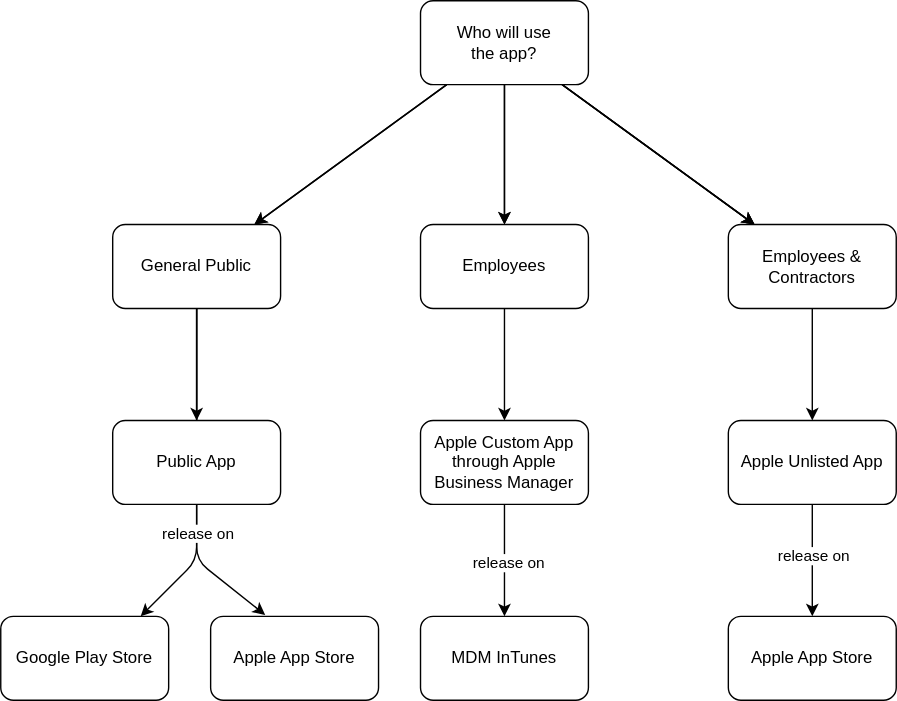
This is docs/assets/distribution.drawio.svg from bcgov/mobile-developer-guide, a draw.io export, as it was before one commit. Source tidied: cells renumbered, new cells last; positions are measured from the earlier drawing's top-left corner, leaving out a move shared by most shapes.
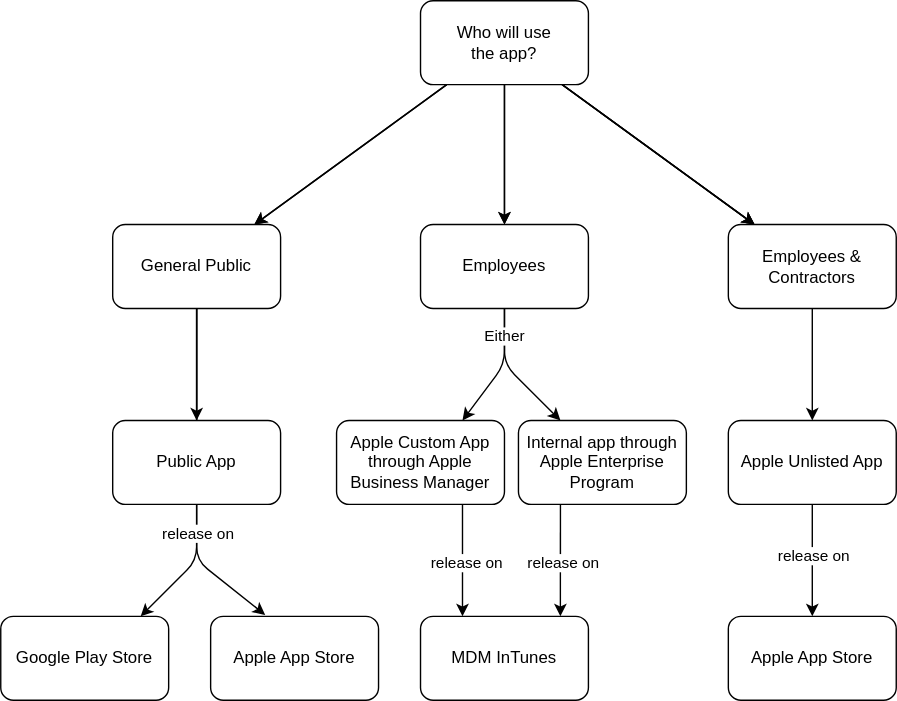
Above is the later version.

Commit message:
updated diagram to reflect current status

What changed in the source:
```diff
@@ -58,8 +58,12 @@
     <mxCell id="16" value="Employees &amp;amp; Contractors" style="whiteSpace=wrap;html=1;rounded=1;" parent="1" vertex="1">
       <mxGeometry x="520" y="160" width="120" height="60" as="geometry" />
     </mxCell>
-    <mxCell id="17" style="edgeStyle=none;html=1;entryX=0.5;entryY=0;entryDx=0;entryDy=0;" parent="1" edge="1" source="18" target="23">
-      <mxGeometry relative="1" as="geometry" />
+    <mxCell id="17" style="edgeStyle=none;html=1;entryX=0.75;entryY=0;entryDx=0;entryDy=0;exitX=0.5;exitY=1;exitDx=0;exitDy=0;" parent="1" edge="1" source="18" target="23">
+      <mxGeometry relative="1" as="geometry">
+        <Array as="points">
+          <mxPoint x="360" y="260" />
+        </Array>
+      </mxGeometry>
     </mxCell>
     <mxCell id="18" value="Employees" style="whiteSpace=wrap;html=1;rounded=1;" parent="1" vertex="1">
       <mxGeometry x="300" y="160" width="120" height="60" as="geometry" />
@@ -70,14 +74,14 @@
     <mxCell id="20" value="Google Play Store" style="whiteSpace=wrap;html=1;rounded=1;" parent="1" vertex="1">
       <mxGeometry y="440" width="120" height="60" as="geometry" />
     </mxCell>
-    <mxCell id="21" style="edgeStyle=none;html=1;" parent="1" edge="1" source="23" target="29">
+    <mxCell id="21" style="edgeStyle=none;html=1;entryX=0.25;entryY=0;entryDx=0;entryDy=0;exitX=0.75;exitY=1;exitDx=0;exitDy=0;" parent="1" edge="1" source="23" target="29">
       <mxGeometry relative="1" as="geometry" />
     </mxCell>
     <mxCell id="22" value="release on" style="edgeLabel;html=1;align=center;verticalAlign=middle;" parent="21" vertex="1">
       <mxGeometry x="0.03" y="2" relative="1" as="geometry" />
     </mxCell>
     <mxCell id="23" value="Apple Custom App through Apple Business Manager" style="whiteSpace=wrap;html=1;rounded=1;" parent="1" vertex="1">
-      <mxGeometry x="300" y="300" width="120" height="60" as="geometry" />
+      <mxGeometry x="240" y="300" width="120" height="60" as="geometry" />
     </mxCell>
     <mxCell id="24" style="edgeStyle=none;html=1;" parent="1" edge="1">
       <mxGeometry relative="1" as="geometry">
@@ -102,5 +106,21 @@
     <mxCell id="30" value="Public App" style="whiteSpace=wrap;html=1;rounded=1;" parent="1" vertex="1">
       <mxGeometry x="80" y="300" width="120" height="60" as="geometry" />
     </mxCell>
+    <mxCell id="31" value="Internal app through Apple Enterprise Program" style="whiteSpace=wrap;html=1;rounded=1;" parent="1" vertex="1">
+      <mxGeometry x="370" y="300" width="120" height="60" as="geometry" />
+    </mxCell>
+    <mxCell id="32" value="Either" style="edgeStyle=none;html=1;entryX=0.25;entryY=0;entryDx=0;entryDy=0;exitX=0.5;exitY=1;exitDx=0;exitDy=0;" parent="1" edge="1" source="18" target="31">
+      <mxGeometry x="-0.59" relative="1" as="geometry">
+        <Array as="points">
+          <mxPoint x="360" y="260" />
+        </Array>
+      </mxGeometry>
+    </mxCell>
+    <mxCell id="33" style="edgeStyle=none;html=1;entryX=0.833;entryY=0;entryDx=0;entryDy=0;exitX=0.25;exitY=1;exitDx=0;exitDy=0;entryPerimeter=0;" parent="1" edge="1" source="31" target="29">
+      <mxGeometry relative="1" as="geometry" />
+    </mxCell>
+    <mxCell id="34" value="release on" style="edgeLabel;html=1;align=center;verticalAlign=middle;" parent="33" vertex="1">
+      <mxGeometry x="0.03" y="2" relative="1" as="geometry" />
+    </mxCell>
   </root>
 </mxGraphModel>
```
